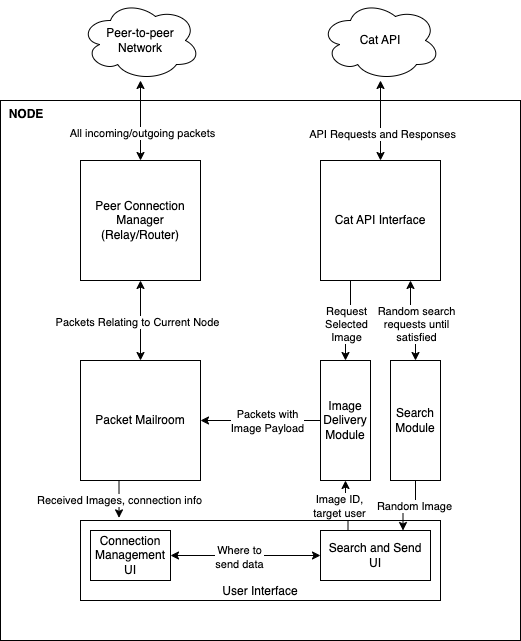
Before: diagrams/node_diagram.png, a diagram exported from draw.io (es-mitty/cs3650-final-project). Source tidied: cells renumbered, new cells last; positions are measured from the earlier drawing's top-left corner, leaving out a move shared by most shapes. Its diagram source:
```xml
<mxGraphModel>
  <root>
    <mxCell id="0" />
    <mxCell id="1" parent="0" />
    <mxCell id="2" value="&amp;nbsp; NODE" style="rounded=0;whiteSpace=wrap;html=1;align=left;verticalAlign=top;fontStyle=1;" parent="1" vertex="1">
      <mxGeometry y="100" width="520" height="540" as="geometry" />
    </mxCell>
    <mxCell id="3" value="Peer Connection Manager&lt;br&gt;(Relay/Router)" style="whiteSpace=wrap;html=1;" parent="1" vertex="1">
      <mxGeometry x="80" y="160" width="120" height="120" as="geometry" />
    </mxCell>
    <mxCell id="4" style="edgeStyle=orthogonalEdgeStyle;rounded=0;jettySize=auto;html=1;exitX=0.5;exitY=0;exitDx=0;exitDy=0;entryX=0.5;entryY=1;entryDx=0;entryDy=0;startArrow=classic;startFill=1;" parent="1" edge="1" source="6" target="3">
      <mxGeometry relative="1" as="geometry" />
    </mxCell>
    <mxCell id="5" value="Packets Relating to Current Node" style="edgeLabel;html=1;align=center;verticalAlign=middle;" parent="4" vertex="1">
      <mxGeometry x="-0.03" y="4" relative="1" as="geometry" />
    </mxCell>
    <mxCell id="6" value="Packet Mailroom" style="whiteSpace=wrap;html=1;" parent="1" vertex="1">
      <mxGeometry x="80" y="360" width="120" height="120" as="geometry" />
    </mxCell>
    <mxCell id="7" style="edgeStyle=orthogonalEdgeStyle;rounded=0;jettySize=auto;html=1;exitX=0.5;exitY=0;exitDx=0;exitDy=0;startArrow=classic;startFill=1;" parent="1" edge="1" source="11">
      <mxGeometry relative="1" as="geometry">
        <mxPoint x="380" y="80" as="targetPoint" />
      </mxGeometry>
    </mxCell>
    <mxCell id="8" value="API Requests and Responses" style="edgeLabel;html=1;align=center;verticalAlign=middle;" parent="7" vertex="1">
      <mxGeometry x="-0.08" y="-1" relative="1" as="geometry">
        <mxPoint y="10" as="offset" />
      </mxGeometry>
    </mxCell>
    <mxCell id="9" style="edgeStyle=orthogonalEdgeStyle;rounded=0;jettySize=auto;html=1;exitX=0.25;exitY=1;exitDx=0;exitDy=0;entryX=0.5;entryY=0;entryDx=0;entryDy=0;" parent="1" edge="1" source="11" target="22">
      <mxGeometry relative="1" as="geometry" />
    </mxCell>
    <mxCell id="10" value="Request&lt;br&gt;Selected&lt;br&gt;Image" style="edgeLabel;html=1;align=center;verticalAlign=middle;" parent="9" vertex="1">
      <mxGeometry x="0.13" relative="1" as="geometry" />
    </mxCell>
    <mxCell id="11" value="Cat API Interface" style="whiteSpace=wrap;html=1;" parent="1" vertex="1">
      <mxGeometry x="320" y="160" width="120" height="120" as="geometry" />
    </mxCell>
    <mxCell id="12" value="Cat API" style="ellipse;shape=cloud;whiteSpace=wrap;html=1;" parent="1" vertex="1">
      <mxGeometry x="320" width="120" height="80" as="geometry" />
    </mxCell>
    <mxCell id="13" value="Peer-to-peer&lt;br&gt;Network" style="ellipse;shape=cloud;whiteSpace=wrap;html=1;" parent="1" vertex="1">
      <mxGeometry x="80" width="120" height="80" as="geometry" />
    </mxCell>
    <mxCell id="14" value="User Interface" style="rounded=0;whiteSpace=wrap;html=1;verticalAlign=bottom;" parent="1" vertex="1">
      <mxGeometry x="80" y="520" width="360" height="80" as="geometry" />
    </mxCell>
    <mxCell id="15" style="edgeStyle=orthogonalEdgeStyle;rounded=0;jettySize=auto;html=1;exitX=0.5;exitY=0;exitDx=0;exitDy=0;entryX=0.75;entryY=1;entryDx=0;entryDy=0;startArrow=classic;startFill=1;" parent="1" edge="1" source="17" target="11">
      <mxGeometry relative="1" as="geometry">
        <Array as="points">
          <mxPoint x="415" y="320" />
          <mxPoint x="410" y="320" />
        </Array>
      </mxGeometry>
    </mxCell>
    <mxCell id="16" value="Random search&lt;br&gt;requests until&lt;br&gt;satisfied" style="edgeLabel;html=1;align=center;verticalAlign=middle;" parent="15" vertex="1">
      <mxGeometry x="-0.13" relative="1" as="geometry" />
    </mxCell>
    <mxCell id="17" value="Search Module" style="rounded=0;whiteSpace=wrap;html=1;" parent="1" vertex="1">
      <mxGeometry x="390" y="360" width="50" height="120" as="geometry" />
    </mxCell>
    <mxCell id="18" style="edgeStyle=orthogonalEdgeStyle;rounded=0;jettySize=auto;html=1;exitX=0.5;exitY=0;exitDx=0;exitDy=0;entryX=0.5;entryY=1;entryDx=0;entryDy=0;entryPerimeter=0;startArrow=classic;startFill=1;" parent="1" edge="1" source="3" target="13">
      <mxGeometry relative="1" as="geometry" />
    </mxCell>
    <mxCell id="19" value="All incoming/outgoing packets" style="edgeLabel;html=1;align=center;verticalAlign=middle;" parent="18" vertex="1">
      <mxGeometry x="-0.04" y="-1" relative="1" as="geometry">
        <mxPoint y="10" as="offset" />
      </mxGeometry>
    </mxCell>
    <mxCell id="20" style="edgeStyle=orthogonalEdgeStyle;rounded=0;jettySize=auto;html=1;exitX=0;exitY=0.5;exitDx=0;exitDy=0;entryX=1;entryY=0.5;entryDx=0;entryDy=0;" parent="1" edge="1" source="22" target="6">
      <mxGeometry relative="1" as="geometry" />
    </mxCell>
    <mxCell id="21" value="Packets with &lt;br&gt;Image Payload" style="edgeLabel;html=1;align=center;verticalAlign=middle;" parent="20" vertex="1">
      <mxGeometry x="-0.1" relative="1" as="geometry" />
    </mxCell>
    <mxCell id="22" value="Image Delivery Module" style="rounded=0;whiteSpace=wrap;html=1;" parent="1" vertex="1">
      <mxGeometry x="320" y="360" width="50" height="120" as="geometry" />
    </mxCell>
    <mxCell id="23" style="edgeStyle=orthogonalEdgeStyle;rounded=0;jettySize=auto;html=1;exitX=0.5;exitY=1;exitDx=0;exitDy=0;entryX=0.75;entryY=0;entryDx=0;entryDy=0;" parent="1" edge="1" source="17" target="30">
      <mxGeometry relative="1" as="geometry" />
    </mxCell>
    <mxCell id="24" value="Random Image" style="edgeLabel;html=1;align=center;verticalAlign=middle;" parent="23" vertex="1">
      <mxGeometry x="-0.01" y="4" relative="1" as="geometry">
        <mxPoint x="4" y="-4" as="offset" />
      </mxGeometry>
    </mxCell>
    <mxCell id="25" style="edgeStyle=orthogonalEdgeStyle;rounded=0;jettySize=auto;html=1;exitX=0.25;exitY=1;exitDx=0;exitDy=0;entryX=0.107;entryY=-0.033;entryDx=0;entryDy=0;entryPerimeter=0;" parent="1" edge="1" source="6" target="14">
      <mxGeometry relative="1" as="geometry" />
    </mxCell>
    <mxCell id="26" value="Received Images, connection info" style="edgeLabel;html=1;align=center;verticalAlign=middle;" parent="25" vertex="1">
      <mxGeometry x="0.2" relative="1" as="geometry">
        <mxPoint y="1" as="offset" />
      </mxGeometry>
    </mxCell>
    <mxCell id="27" style="edgeStyle=orthogonalEdgeStyle;rounded=0;jettySize=auto;html=1;exitX=1;exitY=0.5;exitDx=0;exitDy=0;entryX=0;entryY=0.5;entryDx=0;entryDy=0;startArrow=classic;startFill=1;" parent="1" edge="1" source="29" target="30">
      <mxGeometry relative="1" as="geometry" />
    </mxCell>
    <mxCell id="28" value="Where to&lt;br&gt;send data" style="edgeLabel;html=1;align=center;verticalAlign=middle;" parent="27" vertex="1">
      <mxGeometry x="-0.14" y="-1" relative="1" as="geometry">
        <mxPoint x="4" as="offset" />
      </mxGeometry>
    </mxCell>
    <mxCell id="29" value="Connection Management UI" style="rounded=0;whiteSpace=wrap;html=1;" parent="1" vertex="1">
      <mxGeometry x="90" y="530" width="80" height="50" as="geometry" />
    </mxCell>
    <mxCell id="30" value="Search and Send UI" style="rounded=0;whiteSpace=wrap;html=1;" parent="1" vertex="1">
      <mxGeometry x="320" y="530" width="110" height="50" as="geometry" />
    </mxCell>
    <mxCell id="31" style="edgeStyle=orthogonalEdgeStyle;rounded=0;jettySize=auto;html=1;exitX=0.25;exitY=0;exitDx=0;exitDy=0;entryX=0.5;entryY=1;entryDx=0;entryDy=0;" parent="1" edge="1" source="30" target="22">
      <mxGeometry relative="1" as="geometry" />
    </mxCell>
    <mxCell id="32" value="Image ID,&lt;br&gt;target user" style="edgeLabel;html=1;align=center;verticalAlign=middle;" parent="31" vertex="1">
      <mxGeometry x="-0.09" y="1" relative="1" as="geometry">
        <mxPoint x="-8" y="-1" as="offset" />
      </mxGeometry>
    </mxCell>
  </root>
</mxGraphModel>
```
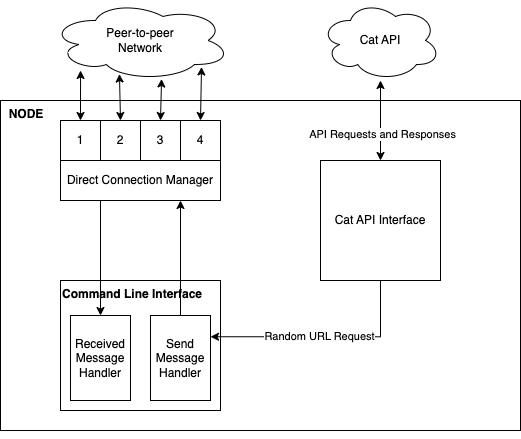
After the change.

Commit message:
update node diagram

Diff of the diagram source:
```diff
@@ -2,21 +2,12 @@
   <root>
     <mxCell id="0" />
     <mxCell id="1" parent="0" />
-    <mxCell id="2" value="&amp;nbsp; NODE" style="rounded=0;whiteSpace=wrap;html=1;align=left;verticalAlign=top;fontStyle=1;" parent="1" vertex="1">
-      <mxGeometry y="100" width="520" height="540" as="geometry" />
+    <mxCell id="2" value="&amp;nbsp; NODE" style="rounded=0;whiteSpace=wrap;html=1;align=left;verticalAlign=top;fontStyle=1;fillColor=none;" parent="1" vertex="1">
+      <mxGeometry y="100" width="520" height="330" as="geometry" />
     </mxCell>
-    <mxCell id="3" value="Peer Connection Manager&lt;br&gt;(Relay/Router)" style="whiteSpace=wrap;html=1;" parent="1" vertex="1">
-      <mxGeometry x="80" y="160" width="120" height="120" as="geometry" />
-    </mxCell>
-    <mxCell id="4" style="edgeStyle=orthogonalEdgeStyle;rounded=0;jettySize=auto;html=1;exitX=0.5;exitY=0;exitDx=0;exitDy=0;entryX=0.5;entryY=1;entryDx=0;entryDy=0;startArrow=classic;startFill=1;" parent="1" edge="1" source="6" target="3">
-      <mxGeometry relative="1" as="geometry" />
-    </mxCell>
-    <mxCell id="5" value="Packets Relating to Current Node" style="edgeLabel;html=1;align=center;verticalAlign=middle;" parent="4" vertex="1">
-      <mxGeometry x="-0.03" y="4" relative="1" as="geometry" />
-    </mxCell>
-    <mxCell id="6" value="Packet Mailroom" style="whiteSpace=wrap;html=1;" parent="1" vertex="1">
-      <mxGeometry x="80" y="360" width="120" height="120" as="geometry" />
-    </mxCell>
+    <mxCell id="33" value="Command Line Interface" style="rounded=0;whiteSpace=wrap;html=1;align=left;verticalAlign=top;fillColor=default;fontStyle=1;" parent="1" vertex="1">
+      <mxGeometry x="60" y="280" width="160" height="130" as="geometry" />
+    </mxCell>
     <mxCell id="7" style="edgeStyle=orthogonalEdgeStyle;rounded=0;jettySize=auto;html=1;exitX=0.5;exitY=0;exitDx=0;exitDy=0;startArrow=classic;startFill=1;" parent="1" edge="1" source="11">
       <mxGeometry relative="1" as="geometry">
         <mxPoint x="380" y="80" as="targetPoint" />
@@ -27,12 +18,6 @@
         <mxPoint y="10" as="offset" />
       </mxGeometry>
     </mxCell>
-    <mxCell id="9" style="edgeStyle=orthogonalEdgeStyle;rounded=0;jettySize=auto;html=1;exitX=0.25;exitY=1;exitDx=0;exitDy=0;entryX=0.5;entryY=0;entryDx=0;entryDy=0;" parent="1" edge="1" source="11" target="22">
-      <mxGeometry relative="1" as="geometry" />
-    </mxCell>
-    <mxCell id="10" value="Request&lt;br&gt;Selected&lt;br&gt;Image" style="edgeLabel;html=1;align=center;verticalAlign=middle;" parent="9" vertex="1">
-      <mxGeometry x="0.13" relative="1" as="geometry" />
-    </mxCell>
     <mxCell id="11" value="Cat API Interface" style="whiteSpace=wrap;html=1;" parent="1" vertex="1">
       <mxGeometry x="320" y="160" width="120" height="120" as="geometry" />
     </mxCell>
@@ -40,79 +25,59 @@
       <mxGeometry x="320" width="120" height="80" as="geometry" />
     </mxCell>
     <mxCell id="13" value="Peer-to-peer&lt;br&gt;Network" style="ellipse;shape=cloud;whiteSpace=wrap;html=1;" parent="1" vertex="1">
-      <mxGeometry x="80" width="120" height="80" as="geometry" />
+      <mxGeometry x="50" width="180" height="80" as="geometry" />
     </mxCell>
-    <mxCell id="14" value="User Interface" style="rounded=0;whiteSpace=wrap;html=1;verticalAlign=bottom;" parent="1" vertex="1">
-      <mxGeometry x="80" y="520" width="360" height="80" as="geometry" />
-    </mxCell>
-    <mxCell id="15" style="edgeStyle=orthogonalEdgeStyle;rounded=0;jettySize=auto;html=1;exitX=0.5;exitY=0;exitDx=0;exitDy=0;entryX=0.75;entryY=1;entryDx=0;entryDy=0;startArrow=classic;startFill=1;" parent="1" edge="1" source="17" target="11">
-      <mxGeometry relative="1" as="geometry">
-        <Array as="points">
-          <mxPoint x="415" y="320" />
-          <mxPoint x="410" y="320" />
-        </Array>
-      </mxGeometry>
-    </mxCell>
-    <mxCell id="16" value="Random search&lt;br&gt;requests until&lt;br&gt;satisfied" style="edgeLabel;html=1;align=center;verticalAlign=middle;" parent="15" vertex="1">
-      <mxGeometry x="-0.13" relative="1" as="geometry" />
-    </mxCell>
-    <mxCell id="17" value="Search Module" style="rounded=0;whiteSpace=wrap;html=1;" parent="1" vertex="1">
-      <mxGeometry x="390" y="360" width="50" height="120" as="geometry" />
-    </mxCell>
-    <mxCell id="18" style="edgeStyle=orthogonalEdgeStyle;rounded=0;jettySize=auto;html=1;exitX=0.5;exitY=0;exitDx=0;exitDy=0;entryX=0.5;entryY=1;entryDx=0;entryDy=0;entryPerimeter=0;startArrow=classic;startFill=1;" parent="1" edge="1" source="3" target="13">
-      <mxGeometry relative="1" as="geometry" />
-    </mxCell>
-    <mxCell id="19" value="All incoming/outgoing packets" style="edgeLabel;html=1;align=center;verticalAlign=middle;" parent="18" vertex="1">
-      <mxGeometry x="-0.04" y="-1" relative="1" as="geometry">
-        <mxPoint y="10" as="offset" />
-      </mxGeometry>
-    </mxCell>
-    <mxCell id="20" style="edgeStyle=orthogonalEdgeStyle;rounded=0;jettySize=auto;html=1;exitX=0;exitY=0.5;exitDx=0;exitDy=0;entryX=1;entryY=0.5;entryDx=0;entryDy=0;" parent="1" edge="1" source="22" target="6">
-      <mxGeometry relative="1" as="geometry" />
-    </mxCell>
-    <mxCell id="21" value="Packets with &lt;br&gt;Image Payload" style="edgeLabel;html=1;align=center;verticalAlign=middle;" parent="20" vertex="1">
-      <mxGeometry x="-0.1" relative="1" as="geometry" />
-    </mxCell>
-    <mxCell id="22" value="Image Delivery Module" style="rounded=0;whiteSpace=wrap;html=1;" parent="1" vertex="1">
-      <mxGeometry x="320" y="360" width="50" height="120" as="geometry" />
-    </mxCell>
-    <mxCell id="23" style="edgeStyle=orthogonalEdgeStyle;rounded=0;jettySize=auto;html=1;exitX=0.5;exitY=1;exitDx=0;exitDy=0;entryX=0.75;entryY=0;entryDx=0;entryDy=0;" parent="1" edge="1" source="17" target="30">
-      <mxGeometry relative="1" as="geometry" />
-    </mxCell>
-    <mxCell id="24" value="Random Image" style="edgeLabel;html=1;align=center;verticalAlign=middle;" parent="23" vertex="1">
-      <mxGeometry x="-0.01" y="4" relative="1" as="geometry">
-        <mxPoint x="4" y="-4" as="offset" />
-      </mxGeometry>
-    </mxCell>
-    <mxCell id="25" style="edgeStyle=orthogonalEdgeStyle;rounded=0;jettySize=auto;html=1;exitX=0.25;exitY=1;exitDx=0;exitDy=0;entryX=0.107;entryY=-0.033;entryDx=0;entryDy=0;entryPerimeter=0;" parent="1" edge="1" source="6" target="14">
-      <mxGeometry relative="1" as="geometry" />
-    </mxCell>
-    <mxCell id="26" value="Received Images, connection info" style="edgeLabel;html=1;align=center;verticalAlign=middle;" parent="25" vertex="1">
-      <mxGeometry x="0.2" relative="1" as="geometry">
-        <mxPoint y="1" as="offset" />
-      </mxGeometry>
-    </mxCell>
-    <mxCell id="27" style="edgeStyle=orthogonalEdgeStyle;rounded=0;jettySize=auto;html=1;exitX=1;exitY=0.5;exitDx=0;exitDy=0;entryX=0;entryY=0.5;entryDx=0;entryDy=0;startArrow=classic;startFill=1;" parent="1" edge="1" source="29" target="30">
-      <mxGeometry relative="1" as="geometry" />
-    </mxCell>
-    <mxCell id="28" value="Where to&lt;br&gt;send data" style="edgeLabel;html=1;align=center;verticalAlign=middle;" parent="27" vertex="1">
-      <mxGeometry x="-0.14" y="-1" relative="1" as="geometry">
-        <mxPoint x="4" as="offset" />
-      </mxGeometry>
-    </mxCell>
-    <mxCell id="29" value="Connection Management UI" style="rounded=0;whiteSpace=wrap;html=1;" parent="1" vertex="1">
-      <mxGeometry x="90" y="530" width="80" height="50" as="geometry" />
-    </mxCell>
-    <mxCell id="30" value="Search and Send UI" style="rounded=0;whiteSpace=wrap;html=1;" parent="1" vertex="1">
-      <mxGeometry x="320" y="530" width="110" height="50" as="geometry" />
-    </mxCell>
-    <mxCell id="31" style="edgeStyle=orthogonalEdgeStyle;rounded=0;jettySize=auto;html=1;exitX=0.25;exitY=0;exitDx=0;exitDy=0;entryX=0.5;entryY=1;entryDx=0;entryDy=0;" parent="1" edge="1" source="30" target="22">
-      <mxGeometry relative="1" as="geometry" />
-    </mxCell>
-    <mxCell id="32" value="Image ID,&lt;br&gt;target user" style="edgeLabel;html=1;align=center;verticalAlign=middle;" parent="31" vertex="1">
-      <mxGeometry x="-0.09" y="1" relative="1" as="geometry">
-        <mxPoint x="-8" y="-1" as="offset" />
-      </mxGeometry>
-    </mxCell>
+    <mxCell id="34" value="1" style="whiteSpace=wrap;html=1;" parent="1" vertex="1">
+      <mxGeometry x="60" y="120" width="40" height="40" as="geometry" />
+    </mxCell>
+    <mxCell id="35" value="2" style="whiteSpace=wrap;html=1;" parent="1" vertex="1">
+      <mxGeometry x="100" y="120" width="40" height="40" as="geometry" />
+    </mxCell>
+    <mxCell id="36" value="3" style="whiteSpace=wrap;html=1;" parent="1" vertex="1">
+      <mxGeometry x="140" y="120" width="40" height="40" as="geometry" />
+    </mxCell>
+    <mxCell id="37" value="4" style="whiteSpace=wrap;html=1;" parent="1" vertex="1">
+      <mxGeometry x="180" y="120" width="40" height="40" as="geometry" />
+    </mxCell>
+    <mxCell id="38" style="rounded=0;jettySize=auto;html=1;exitX=0.5;exitY=0;exitDx=0;exitDy=0;entryX=0.167;entryY=0.875;entryDx=0;entryDy=0;entryPerimeter=0;startArrow=classic;startFill=1;" parent="1" edge="1" source="34" target="13">
+      <mxGeometry relative="1" as="geometry" />
+    </mxCell>
+    <mxCell id="39" style="rounded=0;jettySize=auto;html=1;exitX=0.5;exitY=0;exitDx=0;exitDy=0;entryX=0.383;entryY=0.919;entryDx=0;entryDy=0;entryPerimeter=0;startArrow=classic;startFill=1;" parent="1" edge="1" source="35" target="13">
+      <mxGeometry relative="1" as="geometry" />
+    </mxCell>
+    <mxCell id="40" style="rounded=0;jettySize=auto;html=1;exitX=0.5;exitY=0;exitDx=0;exitDy=0;entryX=0.617;entryY=0.981;entryDx=0;entryDy=0;entryPerimeter=0;startArrow=classic;startFill=1;" parent="1" edge="1" source="36" target="13">
+      <mxGeometry relative="1" as="geometry" />
+    </mxCell>
+    <mxCell id="41" style="rounded=0;jettySize=auto;html=1;exitX=0.5;exitY=0;exitDx=0;exitDy=0;entryX=0.839;entryY=0.831;entryDx=0;entryDy=0;entryPerimeter=0;startArrow=classic;startFill=1;" parent="1" edge="1" source="37" target="13">
+      <mxGeometry relative="1" as="geometry" />
+    </mxCell>
+    <mxCell id="42" style="edgeStyle=orthogonalEdgeStyle;rounded=0;jettySize=auto;html=1;exitX=0.25;exitY=1;exitDx=0;exitDy=0;entryX=0.5;entryY=0;entryDx=0;entryDy=0;" parent="1" edge="1" source="43" target="44">
+      <mxGeometry relative="1" as="geometry" />
+    </mxCell>
+    <mxCell id="43" value="Direct Connection Manager" style="rounded=0;whiteSpace=wrap;html=1;" parent="1" vertex="1">
+      <mxGeometry x="60" y="160" width="160" height="40" as="geometry" />
+    </mxCell>
+    <mxCell id="44" value="Received Message Handler" style="rounded=0;whiteSpace=wrap;html=1;" parent="1" vertex="1">
+      <mxGeometry x="70" y="315" width="60" height="85" as="geometry" />
+    </mxCell>
+    <mxCell id="45" style="edgeStyle=orthogonalEdgeStyle;rounded=0;jettySize=auto;html=1;exitX=0.5;exitY=0;exitDx=0;exitDy=0;entryX=0.75;entryY=1;entryDx=0;entryDy=0;" parent="1" edge="1" source="46" target="43">
+      <mxGeometry relative="1" as="geometry" />
+    </mxCell>
+    <mxCell id="46" value="Send Message Handler" style="rounded=0;whiteSpace=wrap;html=1;" parent="1" vertex="1">
+      <mxGeometry x="150" y="315" width="60" height="85" as="geometry" />
+    </mxCell>
+    <mxCell id="47" style="endArrow=classic;html=1;rounded=0;entryX=1;entryY=0.25;entryDx=0;entryDy=0;edgeStyle=orthogonalEdgeStyle;exitX=0.5;exitY=1;exitDx=0;exitDy=0;" parent="1" edge="1" source="11" target="46">
+      <mxGeometry relative="1" as="geometry">
+        <Array as="points">
+          <mxPoint x="380" y="336" />
+        </Array>
+      </mxGeometry>
+    </mxCell>
+    <mxCell id="48" value="Random URL Request" style="edgeLabel;html=1;align=center;verticalAlign=middle;" parent="47" vertex="1">
+      <mxGeometry x="0.04" y="-1" relative="1" as="geometry" />
+    </mxCell>
+    <mxCell id="49" style="edgeStyle=orthogonalEdgeStyle;rounded=0;orthogonalLoop=1;jettySize=auto;html=1;exitX=0.5;exitY=1;exitDx=0;exitDy=0;" parent="1" edge="1" source="2" target="2">
+      <mxGeometry relative="1" as="geometry" />
+    </mxCell>
   </root>
 </mxGraphModel>
```
